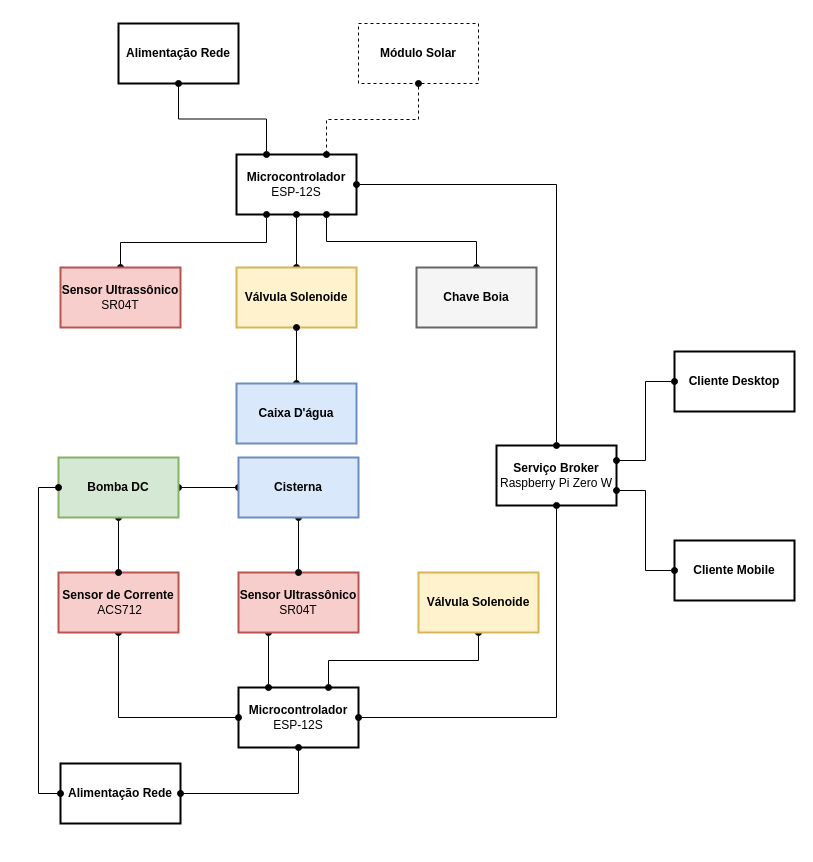
raphaelnunes67/TCC keeps this draw.io diagram as diagramas/esquema_cisterna.drawio. Above is the earlier version. Source tidied: cells renumbered, new cells numbered last; positions are measured from the earlier drawing's top-left corner, leaving out a move shared by most shapes. Both pictures are drawn from the tidied source at 100%, with x=0, y=0 at pixel (38, 23).
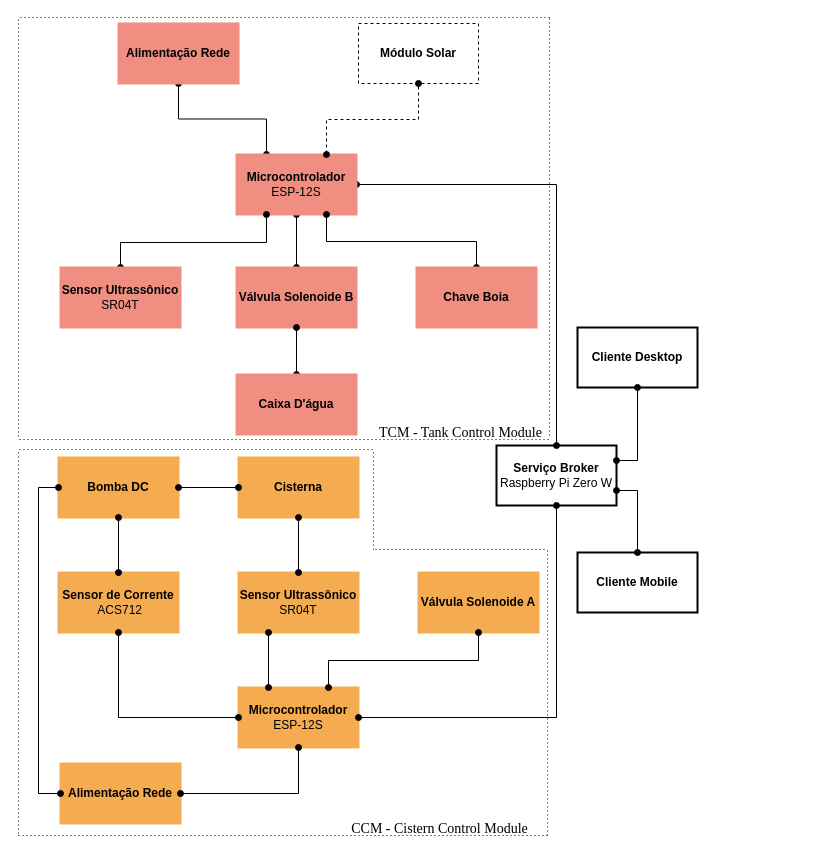
The same diagram, later.

The change refers to these unchanged cells:
```xml
<mxCell id="31" value="&lt;font color=&quot;#000000&quot;&gt;&lt;b&gt;Serviço Broker&lt;/b&gt;&lt;br&gt;Raspberry Pi Zero W&lt;br&gt;&lt;/font&gt;" style="rounded=0;whiteSpace=wrap;html=1;fillColor=none;strokeColor=#000000;strokeWidth=2;" parent="1" vertex="1">
  <mxGeometry x="458" y="422" width="120" height="60" as="geometry" />
</mxCell>
```

The edit, as a diff of the source:
```diff
@@
+    <mxCell id="8" value="&lt;font color=&quot;#000000&quot;&gt;&lt;b&gt;Sensor Ultrassônico&lt;/b&gt; SR04T&lt;/font&gt;" style="rounded=0;whiteSpace=wrap;html=1;fillColor=#F5AB50;strokeColor=#F5AB50;strokeWidth=2;" parent="1" vertex="1">
+      <mxGeometry x="200" y="549" width="120" height="60" as="geometry" />
+    </mxCell>
+    <mxCell id="36" value="&lt;font color=&quot;#000000&quot;&gt;&lt;b&gt;Alimentação Rede&lt;/b&gt;&lt;/font&gt;" style="rounded=0;whiteSpace=wrap;html=1;fillColor=#F5AB50;strokeColor=#F5AB50;strokeWidth=2;gradientColor=none;" parent="1" vertex="1">
+      <mxGeometry x="22" y="740" width="120" height="60" as="geometry" />
+    </mxCell>
+    <mxCell id="14" value="&lt;font color=&quot;#000000&quot;&gt;&lt;b&gt;Válvula Solenoide A&lt;/b&gt;&lt;/font&gt;" style="rounded=0;whiteSpace=wrap;html=1;fillColor=#F5AB50;strokeColor=#F5AB50;strokeWidth=2;" parent="1" vertex="1">
+      <mxGeometry x="380" y="549" width="120" height="60" as="geometry" />
+    </mxCell>
+    <mxCell id="10" value="&lt;b style=&quot;color: rgb(0 , 0 , 0)&quot;&gt;Microcontrolador&lt;br&gt;&lt;/b&gt;&lt;span style=&quot;color: rgb(0 , 0 , 0)&quot;&gt;ESP-12S&lt;/span&gt;" style="rounded=0;whiteSpace=wrap;html=1;fillColor=#F5AB50;strokeColor=#F5AB50;strokeWidth=2;" parent="1" vertex="1">
+      <mxGeometry x="200" y="664" width="120" height="60" as="geometry" />
+    </mxCell>
+    <mxCell id="12" value="&lt;b style=&quot;color: rgb(0 , 0 , 0)&quot;&gt;Sensor de Corrente&lt;br&gt;&lt;/b&gt;&lt;span style=&quot;color: rgb(0 , 0 , 0)&quot;&gt;&amp;nbsp;ACS712&lt;/span&gt;" style="rounded=0;whiteSpace=wrap;html=1;fillColor=#F5AB50;strokeColor=#F5AB50;strokeWidth=2;" parent="1" vertex="1">
+      <mxGeometry x="20" y="549" width="120" height="60" as="geometry" />
+    </mxCell>
+    <mxCell id="28" value="&lt;font color=&quot;#000000&quot;&gt;&lt;b&gt;Bomba DC&lt;/b&gt;&lt;/font&gt;" style="rounded=0;whiteSpace=wrap;html=1;fillColor=#F5AB50;strokeColor=#F5AB50;strokeWidth=2;" parent="1" vertex="1">
+      <mxGeometry x="20" y="434" width="120" height="60" as="geometry" />
+    </mxCell>
+    <mxCell id="22" value="&lt;font color=&quot;#000000&quot;&gt;&lt;b&gt;Cisterna&lt;/b&gt;&lt;/font&gt;" style="rounded=0;whiteSpace=wrap;html=1;fillColor=#F5AB50;strokeColor=#F5AB50;strokeWidth=2;" parent="1" vertex="1">
+      <mxGeometry x="200" y="434" width="120" height="60" as="geometry" />
+    </mxCell>
@@
-    <mxCell id="3" value="&lt;font color=&quot;#000000&quot;&gt;&lt;b&gt;Alimentação Rede&lt;/b&gt;&lt;/font&gt;" style="rounded=0;whiteSpace=wrap;html=1;fillColor=none;strokeColor=#000000;strokeWidth=2;" parent="1" vertex="1">
+    <mxCell id="3" value="&lt;font color=&quot;#000000&quot;&gt;&lt;b&gt;Alimentação Rede&lt;/b&gt;&lt;/font&gt;" style="rounded=0;whiteSpace=wrap;html=1;fillColor=#F08E81;strokeColor=#F08E81;strokeWidth=2;" parent="1" vertex="1">
       <mxGeometry x="80" width="120" height="60" as="geometry" />
     </mxCell>
@@
-    <mxCell id="6" value="&lt;font color=&quot;#000000&quot;&gt;&lt;b&gt;Microcontrolador&lt;/b&gt; ESP-12S&lt;/font&gt;" style="rounded=0;whiteSpace=wrap;html=1;fillColor=none;strokeColor=#000000;strokeWidth=2;" parent="1" vertex="1">
+    <mxCell id="6" value="&lt;font color=&quot;#000000&quot;&gt;&lt;b&gt;Microcontrolador&lt;/b&gt; ESP-12S&lt;/font&gt;" style="rounded=0;whiteSpace=wrap;html=1;fillColor=#F08E81;strokeColor=#F08E81;strokeWidth=2;" parent="1" vertex="1">
       <mxGeometry x="198" y="131" width="120" height="60" as="geometry" />
     </mxCell>
@@
-    <mxCell id="8" value="&lt;font color=&quot;#000000&quot;&gt;&lt;b&gt;Sensor Ultrassônico&lt;/b&gt; SR04T&lt;/font&gt;" style="rounded=0;whiteSpace=wrap;html=1;fillColor=#f8cecc;strokeColor=#b85450;strokeWidth=2;" parent="1" vertex="1">
-      <mxGeometry x="200" y="549" width="120" height="60" as="geometry" />
-    </mxCell>
@@
-    <mxCell id="10" value="&lt;b style=&quot;color: rgb(0 , 0 , 0)&quot;&gt;Microcontrolador&lt;br&gt;&lt;/b&gt;&lt;span style=&quot;color: rgb(0 , 0 , 0)&quot;&gt;ESP-12S&lt;/span&gt;" style="rounded=0;whiteSpace=wrap;html=1;fillColor=none;strokeColor=#000000;strokeWidth=2;" parent="1" vertex="1">
-      <mxGeometry x="200" y="664" width="120" height="60" as="geometry" />
-    </mxCell>
@@
-    <mxCell id="12" value="&lt;b style=&quot;color: rgb(0 , 0 , 0)&quot;&gt;Sensor de Corrente&lt;br&gt;&lt;/b&gt;&lt;span style=&quot;color: rgb(0 , 0 , 0)&quot;&gt;&amp;nbsp;ACS712&lt;/span&gt;" style="rounded=0;whiteSpace=wrap;html=1;fillColor=#f8cecc;strokeColor=#b85450;strokeWidth=2;" parent="1" vertex="1">
-      <mxGeometry x="20" y="549" width="120" height="60" as="geometry" />
-    </mxCell>
@@
-    <mxCell id="14" value="&lt;font color=&quot;#000000&quot;&gt;&lt;b&gt;Válvula Solenoide&lt;/b&gt;&lt;/font&gt;" style="rounded=0;whiteSpace=wrap;html=1;fillColor=#fff2cc;strokeColor=#d6b656;strokeWidth=2;" parent="1" vertex="1">
-      <mxGeometry x="380" y="549" width="120" height="60" as="geometry" />
-    </mxCell>
-    <mxCell id="15" value="&lt;font color=&quot;#000000&quot;&gt;&lt;b&gt;Válvula Solenoide&lt;/b&gt;&lt;/font&gt;" style="rounded=0;whiteSpace=wrap;html=1;fillColor=#fff2cc;strokeColor=#d6b656;strokeWidth=2;" parent="1" vertex="1">
+    <mxCell id="15" value="&lt;font color=&quot;#000000&quot;&gt;&lt;b&gt;Válvula Solenoide B&lt;/b&gt;&lt;/font&gt;" style="rounded=0;whiteSpace=wrap;html=1;fillColor=#F08E81;strokeColor=#F08E81;strokeWidth=2;" parent="1" vertex="1">
       <mxGeometry x="198" y="244" width="120" height="60" as="geometry" />
     </mxCell>
@@
-    <mxCell id="17" value="&lt;font color=&quot;#000000&quot;&gt;&lt;b&gt;Chave Boia&lt;/b&gt;&lt;/font&gt;" style="rounded=0;whiteSpace=wrap;html=1;fillColor=#f5f5f5;strokeColor=#666666;strokeWidth=2;fontColor=#333333;" parent="1" vertex="1">
+    <mxCell id="17" value="&lt;font color=&quot;#000000&quot;&gt;&lt;b&gt;Chave Boia&lt;/b&gt;&lt;/font&gt;" style="rounded=0;whiteSpace=wrap;html=1;fillColor=#F08E81;strokeColor=#F08E81;strokeWidth=2;" parent="1" vertex="1">
       <mxGeometry x="378" y="244" width="120" height="60" as="geometry" />
     </mxCell>
@@
-    <mxCell id="19" value="&lt;font color=&quot;#000000&quot;&gt;&lt;b&gt;Sensor Ultrassônico&lt;/b&gt; SR04T&lt;/font&gt;" style="rounded=0;whiteSpace=wrap;html=1;fillColor=#f8cecc;strokeColor=#b85450;strokeWidth=2;" parent="1" vertex="1">
+    <mxCell id="19" value="&lt;font color=&quot;#000000&quot;&gt;&lt;b&gt;Sensor Ultrassônico&lt;/b&gt; SR04T&lt;/font&gt;" style="rounded=0;whiteSpace=wrap;html=1;fillColor=#F08E81;strokeColor=#F08E81;strokeWidth=2;" parent="1" vertex="1">
       <mxGeometry x="22" y="244" width="120" height="60" as="geometry" />
     </mxCell>
@@
-    <mxCell id="21" style="edgeStyle=orthogonalEdgeStyle;rounded=0;jettySize=auto;html=1;startArrow=oval;startFill=1;endArrow=oval;endFill=1;strokeColor=#000000;" parent="1" edge="1" source="22" target="8">
+    <mxCell id="21" style="edgeStyle=orthogonalEdgeStyle;rounded=0;jettySize=auto;html=1;startArrow=oval;startFill=1;endArrow=oval;endFill=1;strokeColor=#000000;exitX=0.5;exitY=1;exitDx=0;exitDy=0;" parent="1" edge="1" source="22" target="8">
       <mxGeometry relative="1" as="geometry" />
     </mxCell>
-    <mxCell id="22" value="&lt;font color=&quot;#000000&quot;&gt;&lt;b&gt;Cisterna&lt;/b&gt;&lt;/font&gt;" style="rounded=0;whiteSpace=wrap;html=1;fillColor=#dae8fc;strokeColor=#6c8ebf;strokeWidth=2;" parent="1" vertex="1">
-      <mxGeometry x="200" y="434" width="120" height="60" as="geometry" />
-    </mxCell>
@@
-    <mxCell id="24" value="&lt;font color=&quot;#000000&quot;&gt;&lt;b&gt;Caixa D'água&lt;/b&gt;&lt;/font&gt;" style="rounded=0;whiteSpace=wrap;html=1;fillColor=#dae8fc;strokeColor=#6c8ebf;strokeWidth=2;" parent="1" vertex="1">
-      <mxGeometry x="198" y="360" width="120" height="60" as="geometry" />
+    <mxCell id="24" value="&lt;font color=&quot;#000000&quot;&gt;&lt;b&gt;Caixa D'água&lt;/b&gt;&lt;/font&gt;" style="rounded=0;whiteSpace=wrap;html=1;fillColor=#F08E81;strokeColor=#F08E81;strokeWidth=2;" parent="1" vertex="1">
+      <mxGeometry x="198" y="351" width="120" height="60" as="geometry" />
     </mxCell>
@@
-    <mxCell id="28" value="&lt;font color=&quot;#000000&quot;&gt;&lt;b&gt;Bomba DC&lt;/b&gt;&lt;/font&gt;" style="rounded=0;whiteSpace=wrap;html=1;fillColor=#d5e8d4;strokeColor=#82b366;strokeWidth=2;" parent="1" vertex="1">
-      <mxGeometry x="20" y="434" width="120" height="60" as="geometry" />
-    </mxCell>
-    <mxCell id="29" style="edgeStyle=orthogonalEdgeStyle;rounded=0;jettySize=auto;html=1;exitX=1;exitY=0.75;exitDx=0;exitDy=0;entryX=0;entryY=0.5;entryDx=0;entryDy=0;startArrow=oval;startFill=1;endArrow=oval;endFill=1;strokeColor=#000000;" parent="1" edge="1" source="31" target="33">
+    <mxCell id="29" style="edgeStyle=orthogonalEdgeStyle;rounded=0;jettySize=auto;html=1;exitX=1;exitY=0.75;exitDx=0;exitDy=0;entryX=0.5;entryY=0;entryDx=0;entryDy=0;startArrow=oval;startFill=1;endArrow=oval;endFill=1;strokeColor=#000000;" parent="1" edge="1" source="31" target="33">
       <mxGeometry relative="1" as="geometry" />
     </mxCell>
-    <mxCell id="30" style="edgeStyle=orthogonalEdgeStyle;rounded=0;jettySize=auto;html=1;exitX=1;exitY=0.25;exitDx=0;exitDy=0;entryX=0;entryY=0.5;entryDx=0;entryDy=0;startArrow=oval;startFill=1;endArrow=oval;endFill=1;strokeColor=#000000;" parent="1" edge="1" source="31" target="32">
+    <mxCell id="30" style="edgeStyle=orthogonalEdgeStyle;rounded=0;jettySize=auto;html=1;exitX=1;exitY=0.25;exitDx=0;exitDy=0;entryX=0.5;entryY=1;entryDx=0;entryDy=0;startArrow=oval;startFill=1;endArrow=oval;endFill=1;strokeColor=#000000;" parent="1" edge="1" source="31" target="32">
       <mxGeometry relative="1" as="geometry" />
     </mxCell>
@@
     <mxCell id="32" value="&lt;font color=&quot;#000000&quot;&gt;&lt;b&gt;Cliente Desktop&lt;/b&gt;&lt;br&gt;&lt;/font&gt;" style="rounded=0;whiteSpace=wrap;html=1;fillColor=none;strokeColor=#000000;strokeWidth=2;" parent="1" vertex="1">
-      <mxGeometry x="636" y="328" width="120" height="60" as="geometry" />
+      <mxGeometry x="539" y="304" width="120" height="60" as="geometry" />
     </mxCell>
     <mxCell id="33" value="&lt;font color=&quot;#000000&quot;&gt;&lt;b&gt;Cliente Mobile&lt;/b&gt;&lt;br&gt;&lt;/font&gt;" style="rounded=0;whiteSpace=wrap;html=1;fillColor=none;strokeColor=#000000;strokeWidth=2;" parent="1" vertex="1">
-      <mxGeometry x="636" y="517" width="120" height="60" as="geometry" />
+      <mxGeometry x="539" y="529" width="120" height="60" as="geometry" />
     </mxCell>
@@
-    <mxCell id="36" value="&lt;font color=&quot;#000000&quot;&gt;&lt;b&gt;Alimentação Rede&lt;/b&gt;&lt;/font&gt;" style="rounded=0;whiteSpace=wrap;html=1;fillColor=none;strokeColor=#000000;strokeWidth=2;" parent="1" vertex="1">
-      <mxGeometry x="22" y="740" width="120" height="60" as="geometry" />
-    </mxCell>
+    <mxCell id="37" style="endArrow=none;dashed=1;html=1;dashPattern=1 3;strokeWidth=1;rounded=0;" parent="1" edge="1">
+      <mxGeometry relative="1" as="geometry">
+        <mxPoint x="-19" y="426" as="sourcePoint" />
+        <mxPoint x="334" y="426" as="targetPoint" />
+      </mxGeometry>
+    </mxCell>
+    <mxCell id="38" style="endArrow=none;dashed=1;html=1;dashPattern=1 3;strokeWidth=1;rounded=0;" parent="1" edge="1">
+      <mxGeometry relative="1" as="geometry">
+        <mxPoint x="-20" y="429" as="sourcePoint" />
+        <mxPoint x="-20" y="811" as="targetPoint" />
+      </mxGeometry>
+    </mxCell>
+    <mxCell id="39" style="endArrow=none;dashed=1;html=1;dashPattern=1 3;strokeWidth=1;rounded=0;" parent="1" edge="1">
+      <mxGeometry relative="1" as="geometry">
+        <mxPoint x="-20" y="812" as="sourcePoint" />
+        <mxPoint x="511" y="812" as="targetPoint" />
+      </mxGeometry>
+    </mxCell>
+    <mxCell id="40" style="endArrow=none;dashed=1;html=1;dashPattern=1 3;strokeWidth=1;rounded=0;" parent="1" edge="1">
+      <mxGeometry relative="1" as="geometry">
+        <mxPoint x="509" y="812" as="sourcePoint" />
+        <mxPoint x="509" y="525" as="targetPoint" />
+      </mxGeometry>
+    </mxCell>
+    <mxCell id="41" style="endArrow=none;dashed=1;html=1;dashPattern=1 3;strokeWidth=1;rounded=0;" parent="1" edge="1">
+      <mxGeometry relative="1" as="geometry">
+        <mxPoint x="335" y="526" as="sourcePoint" />
+        <mxPoint x="335" y="427" as="targetPoint" />
+      </mxGeometry>
+    </mxCell>
+    <mxCell id="42" style="endArrow=none;dashed=1;html=1;dashPattern=1 3;strokeWidth=1;rounded=0;" parent="1" edge="1">
+      <mxGeometry relative="1" as="geometry">
+        <mxPoint x="337" y="526" as="sourcePoint" />
+        <mxPoint x="507" y="526" as="targetPoint" />
+      </mxGeometry>
+    </mxCell>
+    <mxCell id="43" value="&lt;font style=&quot;font-size: 14px&quot; face=&quot;Times New Roman&quot;&gt;CCM - Cistern Control Module&lt;/font&gt;" style="text;html=1;strokeColor=none;fillColor=none;align=center;verticalAlign=middle;whiteSpace=wrap;rounded=0;" parent="1" vertex="1">
+      <mxGeometry x="255" y="791" width="293" height="30" as="geometry" />
+    </mxCell>
+    <mxCell id="44" style="endArrow=none;dashed=1;html=1;dashPattern=1 3;strokeWidth=1;rounded=0;" parent="1" edge="1">
+      <mxGeometry relative="1" as="geometry">
+        <mxPoint x="-20" y="-4" as="sourcePoint" />
+        <mxPoint x="-20" y="414" as="targetPoint" />
+      </mxGeometry>
+    </mxCell>
+    <mxCell id="45" style="endArrow=none;dashed=1;html=1;dashPattern=1 3;strokeWidth=1;rounded=0;" parent="1" edge="1">
+      <mxGeometry relative="1" as="geometry">
+        <mxPoint x="510" y="416" as="sourcePoint" />
+        <mxPoint x="-21" y="416" as="targetPoint" />
+      </mxGeometry>
+    </mxCell>
+    <mxCell id="46" style="endArrow=none;dashed=1;html=1;dashPattern=1 3;strokeWidth=1;rounded=0;" parent="1" edge="1">
+      <mxGeometry relative="1" as="geometry">
+        <mxPoint x="511" y="-5" as="sourcePoint" />
+        <mxPoint x="511" y="414" as="targetPoint" />
+      </mxGeometry>
+    </mxCell>
+    <mxCell id="47" value="&lt;font style=&quot;font-size: 14px&quot; face=&quot;Times New Roman&quot;&gt;TCM - Tank Control Module&lt;/font&gt;" style="text;html=1;strokeColor=none;fillColor=none;align=center;verticalAlign=middle;whiteSpace=wrap;rounded=0;" parent="1" vertex="1">
+      <mxGeometry x="336" y="395" width="173" height="30" as="geometry" />
+    </mxCell>
+    <mxCell id="48" style="endArrow=none;dashed=1;html=1;dashPattern=1 3;strokeWidth=1;rounded=0;" parent="1" edge="1">
+      <mxGeometry relative="1" as="geometry">
+        <mxPoint x="511" y="-6" as="sourcePoint" />
+        <mxPoint x="-19" y="-6" as="targetPoint" />
+      </mxGeometry>
+    </mxCell>
```
